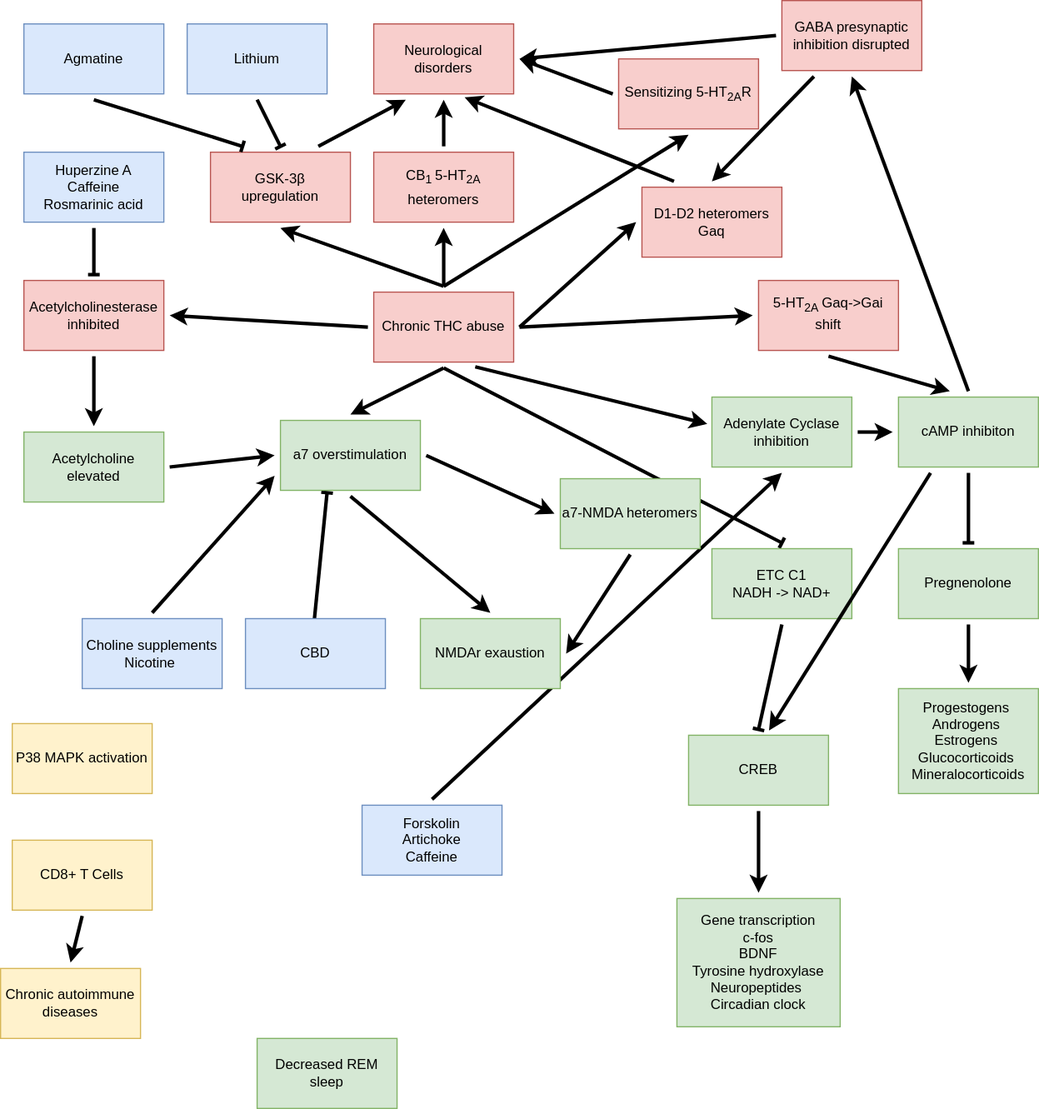
The draw.io diagram chronic-thc-chart.svg in deffins/testchart, before a commit. Source tidied: cells renumbered, new cells last; positions are measured from the earlier drawing's top-left corner, leaving out a move shared by most shapes.
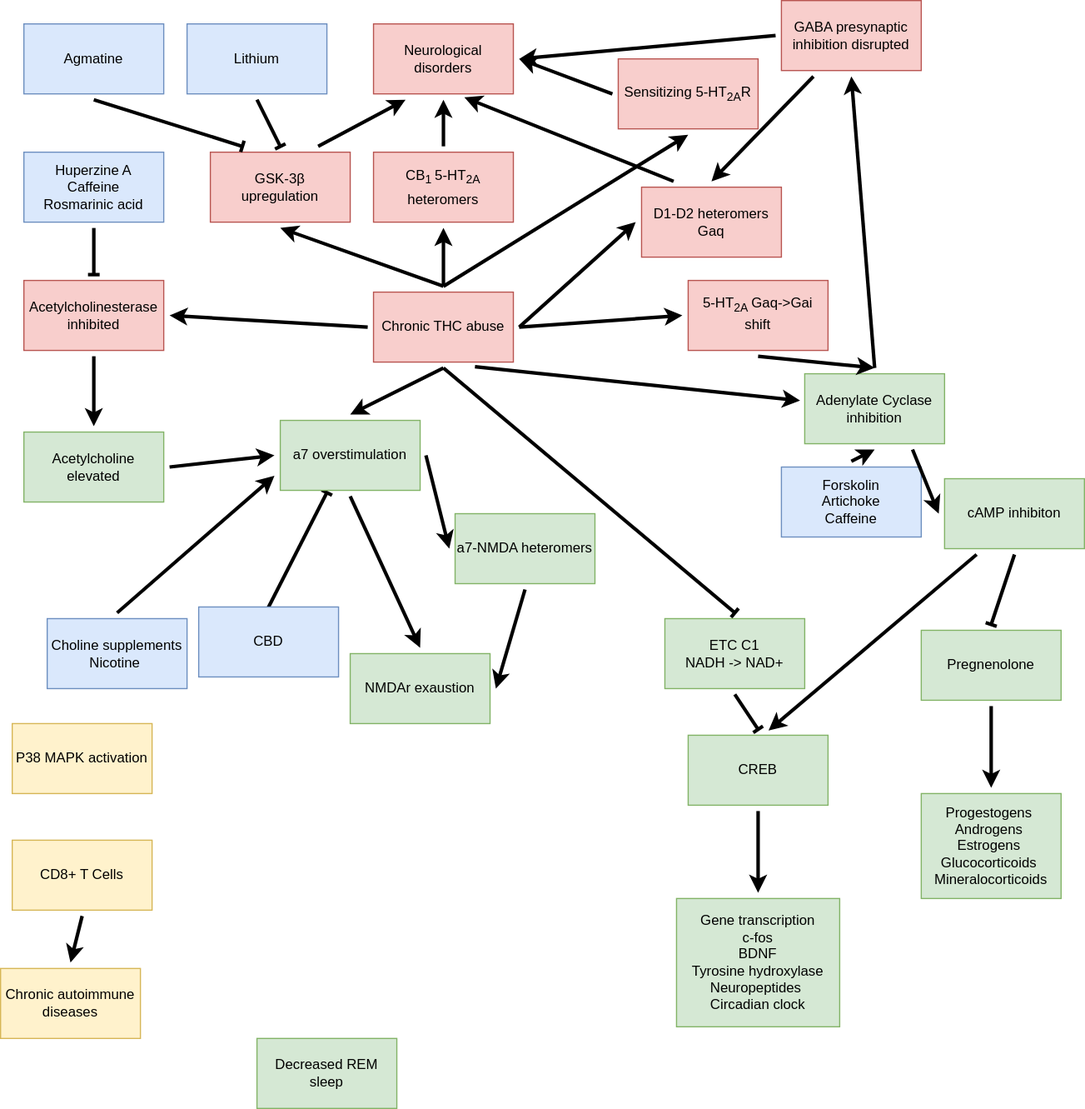
The same file after the commit.

Diff of the diagram source:
```diff
@@ -12,13 +12,13 @@
       <mxGeometry relative="1" as="geometry" />
     </mxCell>
     <mxCell id="5" value="Progestogens &#10;Androgens &#10;Estrogens &#10;Glucocorticoids &#10;Mineralocorticoids" style="rounded=0;whiteSpace=wrap;html=1;perimeterSpacing=5;fillColor=#d5e8d4;strokeColor=#82b366;" parent="1" vertex="1">
-      <mxGeometry x="770" y="590" width="120" height="90" as="geometry" />
+      <mxGeometry x="790" y="680" width="120" height="90" as="geometry" />
     </mxCell>
     <mxCell id="6" style="endArrow=classic;html=1;rounded=0;entryX=0.5;entryY=0;entryDx=0;entryDy=0;strokeWidth=3;exitX=0.5;exitY=1;exitDx=0;exitDy=0;" parent="1" edge="1" source="14" target="5">
       <mxGeometry relative="1" as="geometry" />
     </mxCell>
     <mxCell id="7" value="Adenylate Cyclase&lt;br&gt;inhibition" style="rounded=0;whiteSpace=wrap;html=1;perimeterSpacing=5;fillColor=#d5e8d4;strokeColor=#82b366;" parent="1" vertex="1">
-      <mxGeometry x="610" y="340" width="120" height="60" as="geometry" />
+      <mxGeometry x="690" y="320" width="120" height="60" as="geometry" />
     </mxCell>
     <mxCell id="8" style="endArrow=classic;html=1;rounded=0;entryX=0.5;entryY=1;entryDx=0;entryDy=0;strokeWidth=3;exitX=0.5;exitY=0;exitDx=0;exitDy=0;" parent="1" edge="1" source="13" target="7">
       <mxGeometry relative="1" as="geometry" />
@@ -33,13 +33,13 @@
       <mxGeometry x="530" y="50" width="120" height="60" as="geometry" />
     </mxCell>
     <mxCell id="12" value="cAMP inhibiton" style="rounded=0;whiteSpace=wrap;html=1;perimeterSpacing=5;fillColor=#d5e8d4;strokeColor=#82b366;" parent="1" vertex="1">
-      <mxGeometry x="770" y="340" width="120" height="60" as="geometry" />
+      <mxGeometry x="810" y="410" width="120" height="60" as="geometry" />
     </mxCell>
     <mxCell id="13" value="Forskolin&lt;br&gt;Artichoke&lt;br&gt;Caffeine" style="rounded=0;whiteSpace=wrap;html=1;perimeterSpacing=5;fillColor=#dae8fc;strokeColor=#6c8ebf;" parent="1" vertex="1">
-      <mxGeometry x="310" y="690" width="120" height="60" as="geometry" />
+      <mxGeometry x="670" y="400" width="120" height="60" as="geometry" />
     </mxCell>
     <mxCell id="14" value="Pregnenolone" style="rounded=0;whiteSpace=wrap;html=1;perimeterSpacing=5;fillColor=#d5e8d4;strokeColor=#82b366;" parent="1" vertex="1">
-      <mxGeometry x="770" y="470" width="120" height="60" as="geometry" />
+      <mxGeometry x="790" y="540" width="120" height="60" as="geometry" />
     </mxCell>
     <mxCell id="15" value="CB&lt;sub&gt;1&amp;nbsp;&lt;/sub&gt;5-HT&lt;sub&gt;2A&lt;br&gt;&lt;font style=&quot;font-size: 12px;&quot;&gt;heteromers&lt;/font&gt;&lt;br&gt;&lt;/sub&gt;" style="rounded=0;whiteSpace=wrap;html=1;perimeterSpacing=5;fillColor=#f8cecc;strokeColor=#b85450;" parent="1" vertex="1">
       <mxGeometry x="320" y="130" width="120" height="60" as="geometry" />
@@ -47,7 +47,7 @@
     <mxCell id="16" style="endArrow=classic;html=1;rounded=0;strokeWidth=3;exitX=0.5;exitY=0;exitDx=0;exitDy=0;entryX=0.5;entryY=1;entryDx=0;entryDy=0;" parent="1" edge="1" source="10" target="15">
       <mxGeometry relative="1" as="geometry" />
     </mxCell>
-    <mxCell id="17" style="endArrow=classic;html=1;rounded=0;entryX=0;entryY=0.5;entryDx=0;entryDy=0;strokeWidth=3;exitX=1;exitY=0.5;exitDx=0;exitDy=0;" parent="1" edge="1" source="7" target="12">
+    <mxCell id="17" style="endArrow=classic;html=1;rounded=0;entryX=0;entryY=0.5;entryDx=0;entryDy=0;strokeWidth=3;exitX=0.75;exitY=1;exitDx=0;exitDy=0;" parent="1" edge="1" source="7" target="12">
       <mxGeometry relative="1" as="geometry" />
     </mxCell>
     <mxCell id="18" value="GSK-3β &lt;br&gt;upregulation" style="rounded=0;whiteSpace=wrap;html=1;perimeterSpacing=5;fillColor=#f8cecc;strokeColor=#b85450;" parent="1" vertex="1">
@@ -93,7 +93,7 @@
       <mxGeometry relative="1" as="geometry" />
     </mxCell>
     <mxCell id="32" value="Choline supplements&lt;br&gt;Nicotine&amp;nbsp;" style="rounded=0;whiteSpace=wrap;html=1;perimeterSpacing=5;fillColor=#dae8fc;strokeColor=#6c8ebf;" parent="1" vertex="1">
-      <mxGeometry x="70" y="530" width="120" height="60" as="geometry" />
+      <mxGeometry x="40" y="530" width="120" height="60" as="geometry" />
     </mxCell>
     <mxCell id="33" style="endArrow=classic;html=1;rounded=0;strokeWidth=3;exitX=0.5;exitY=0;exitDx=0;exitDy=0;entryX=0;entryY=0.75;entryDx=0;entryDy=0;" parent="1" edge="1" source="32" target="59">
       <mxGeometry relative="1" as="geometry" />
@@ -113,7 +113,7 @@
     <mxCell id="38" value="GABA presynaptic inhibition disrupted" style="rounded=0;whiteSpace=wrap;html=1;perimeterSpacing=5;fillColor=#f8cecc;strokeColor=#b85450;" parent="1" vertex="1">
       <mxGeometry x="670" width="120" height="60" as="geometry" />
     </mxCell>
-    <mxCell id="39" style="endArrow=classic;html=1;rounded=0;strokeWidth=3;entryX=0.5;entryY=1;entryDx=0;entryDy=0;exitX=0.5;exitY=0;exitDx=0;exitDy=0;" parent="1" edge="1" source="12" target="38">
+    <mxCell id="39" style="endArrow=classic;html=1;rounded=0;strokeWidth=3;entryX=0.5;entryY=1;entryDx=0;entryDy=0;exitX=0.5;exitY=0;exitDx=0;exitDy=0;" parent="1" edge="1" source="7" target="38">
       <mxGeometry relative="1" as="geometry" />
     </mxCell>
     <mxCell id="40" style="endArrow=classic;html=1;rounded=0;strokeWidth=3;exitX=0;exitY=0.5;exitDx=0;exitDy=0;entryX=1;entryY=0.5;entryDx=0;entryDy=0;endFill=1;" parent="1" edge="1" source="38" target="24">
@@ -147,12 +147,12 @@
       <mxGeometry relative="1" as="geometry" />
     </mxCell>
     <mxCell id="50" value="5-HT&lt;sub&gt;2A&amp;nbsp;&lt;/sub&gt;Gaq-&amp;gt;Gai shift&lt;sub&gt;&lt;br&gt;&lt;/sub&gt;" style="rounded=0;whiteSpace=wrap;html=1;perimeterSpacing=5;fillColor=#f8cecc;strokeColor=#b85450;" parent="1" vertex="1">
-      <mxGeometry x="650" y="240" width="120" height="60" as="geometry" />
+      <mxGeometry x="590" y="240" width="120" height="60" as="geometry" />
     </mxCell>
     <mxCell id="51" style="endArrow=classic;html=1;rounded=0;strokeColor=#000000;strokeWidth=3;endFill=1;exitX=1;exitY=0.5;exitDx=0;exitDy=0;entryX=0;entryY=0.5;entryDx=0;entryDy=0;" parent="1" edge="1" source="10" target="50">
       <mxGeometry relative="1" as="geometry" />
     </mxCell>
-    <mxCell id="52" style="endArrow=classic;html=1;rounded=0;strokeColor=#000000;strokeWidth=3;endFill=1;exitX=0.5;exitY=1;exitDx=0;exitDy=0;entryX=0.377;entryY=0;entryDx=0;entryDy=0;entryPerimeter=0;" parent="1" edge="1" source="50" target="12">
+    <mxCell id="52" style="endArrow=classic;html=1;rounded=0;strokeColor=#000000;strokeWidth=3;endFill=1;exitX=0.5;exitY=1;exitDx=0;exitDy=0;entryX=0.5;entryY=0;entryDx=0;entryDy=0;" parent="1" edge="1" source="50" target="7">
       <mxGeometry relative="1" as="geometry" />
     </mxCell>
     <mxCell id="53" style="endArrow=classic;html=1;rounded=0;strokeWidth=3;entryX=0.638;entryY=0.971;entryDx=0;entryDy=0;exitX=0.25;exitY=0;exitDx=0;exitDy=0;entryPerimeter=0;" parent="1" edge="1" source="47" target="24">
@@ -165,7 +165,7 @@
       <mxGeometry x="10" y="620" width="120" height="60" as="geometry" />
     </mxCell>
     <mxCell id="56" value="NMDAr&amp;nbsp;exaustion" style="rounded=0;whiteSpace=wrap;html=1;perimeterSpacing=5;fillColor=#d5e8d4;strokeColor=#82b366;" parent="1" vertex="1">
-      <mxGeometry x="360" y="530" width="120" height="60" as="geometry" />
+      <mxGeometry x="300" y="560" width="120" height="60" as="geometry" />
     </mxCell>
     <mxCell id="57" style="endArrow=classic;html=1;rounded=0;strokeWidth=3;exitX=1;exitY=0.5;exitDx=0;exitDy=0;entryX=0;entryY=0.5;entryDx=0;entryDy=0;" parent="1" edge="1" source="28" target="59">
       <mxGeometry relative="1" as="geometry" />
@@ -180,16 +180,16 @@
       <mxGeometry relative="1" as="geometry" />
     </mxCell>
     <mxCell id="61" value="CBD" style="rounded=0;whiteSpace=wrap;html=1;perimeterSpacing=5;fillColor=#dae8fc;strokeColor=#6c8ebf;" parent="1" vertex="1">
-      <mxGeometry x="210" y="530" width="120" height="60" as="geometry" />
+      <mxGeometry x="170" y="520" width="120" height="60" as="geometry" />
     </mxCell>
     <mxCell id="62" value="ETC C1&lt;br&gt;NADH -&amp;gt; NAD+" style="rounded=0;whiteSpace=wrap;html=1;perimeterSpacing=5;fillColor=#d5e8d4;strokeColor=#82b366;" parent="1" vertex="1">
-      <mxGeometry x="610" y="470" width="120" height="60" as="geometry" />
+      <mxGeometry x="570" y="530" width="120" height="60" as="geometry" />
     </mxCell>
     <mxCell id="63" style="endArrow=classic;html=1;rounded=0;strokeWidth=3;endFill=1;entryX=0.569;entryY=0.014;entryDx=0;entryDy=0;entryPerimeter=0;exitX=0.25;exitY=1;exitDx=0;exitDy=0;" parent="1" edge="1" source="12" target="34">
       <mxGeometry relative="1" as="geometry" />
     </mxCell>
     <mxCell id="64" value="a7-NMDA heteromers" style="rounded=0;whiteSpace=wrap;html=1;perimeterSpacing=5;fillColor=#d5e8d4;strokeColor=#82b366;" parent="1" vertex="1">
-      <mxGeometry x="480" y="410" width="120" height="60" as="geometry" />
+      <mxGeometry x="390" y="440" width="120" height="60" as="geometry" />
     </mxCell>
     <mxCell id="65" style="endArrow=classic;html=1;rounded=0;strokeWidth=3;exitX=1;exitY=0.5;exitDx=0;exitDy=0;entryX=0;entryY=0.5;entryDx=0;entryDy=0;" parent="1" edge="1" source="59" target="64">
       <mxGeometry relative="1" as="geometry" />
```
